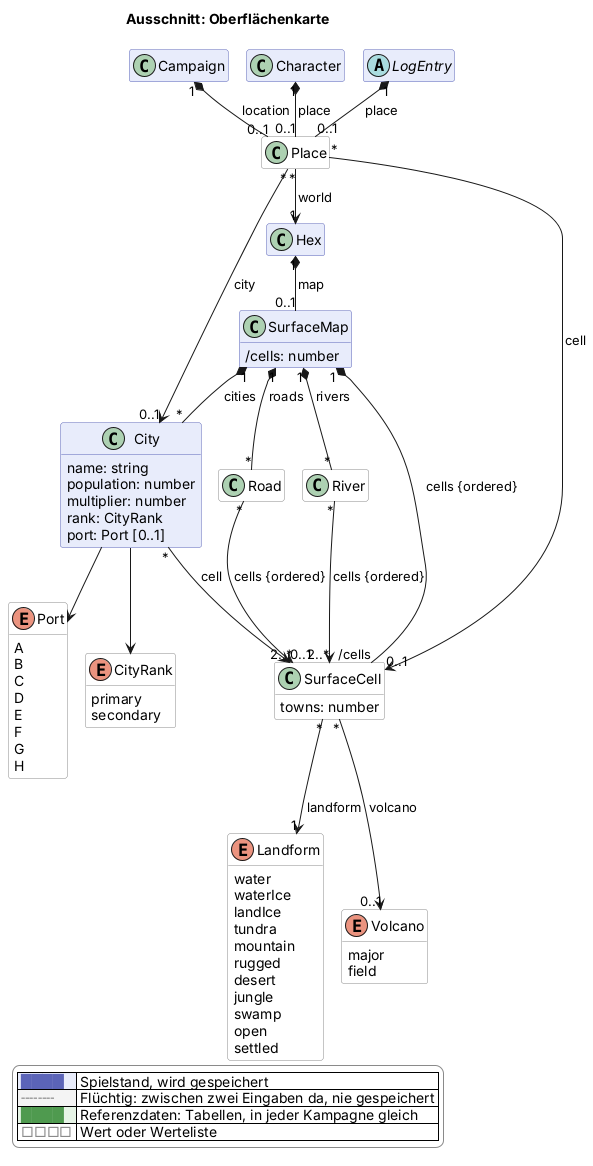
scuzzar/SRE keeps this PlantUML diagram as docs/views/oberflaeche.png. Above is the earlier version.
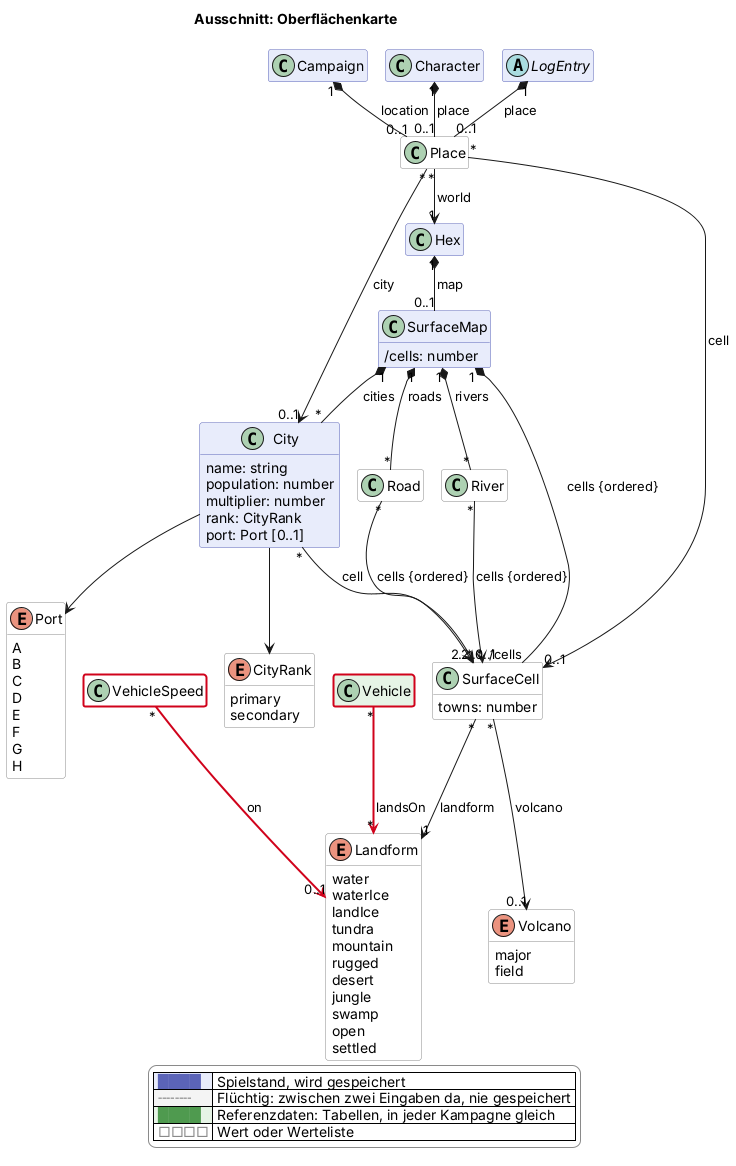
The same file after the commit.

What changed in the source:
```diff
@@ -126,6 +126,8 @@
   }
   class Place <<value>> $oberflaeche {
   }
+  class Vehicle <<reference>> $logistik $newClass("2026-11-15")
+  class VehicleSpeed <<value>> $logistik $newClass("2026-11-15")
 
 Campaign "1" *-- "0..1" Place : location
 
@@ -149,6 +151,8 @@
 Place "*" --> "0..1" City : city
 City --> CityRank
 City --> Port
+VehicleSpeed "*" -$newArrow("2026-11-15")-> "0..1" Landform : on
+Vehicle "*" -$newArrow("2026-11-15")-> "*" Landform : landsOn
 
 
 
```
